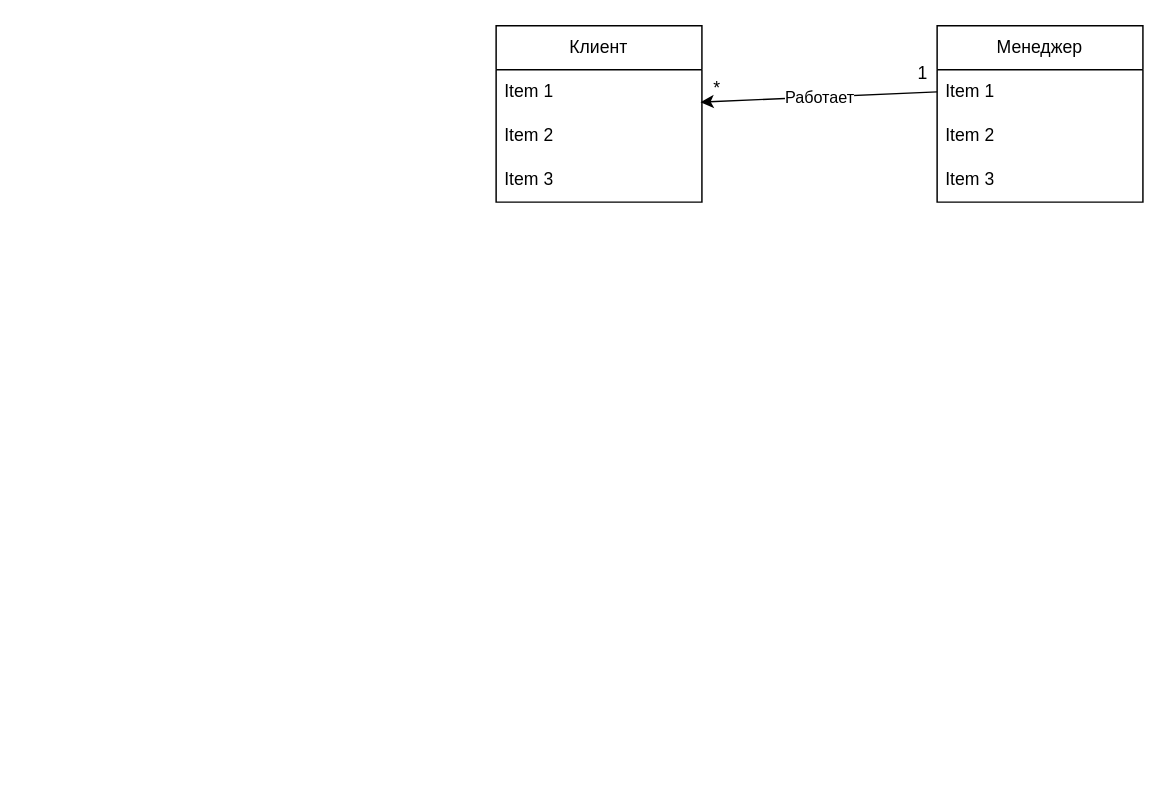
Earlier version of the draw.io diagram Диаграмма без названия.drawio (Esternit/DBHomework). Source tidied: cells renumbered, new cells numbered last; positions are measured from the earlier drawing's top-left corner, leaving out a move shared by most shapes. Both pictures are drawn from the tidied source at 147%, with x=0, y=0 at pixel (495, 25).
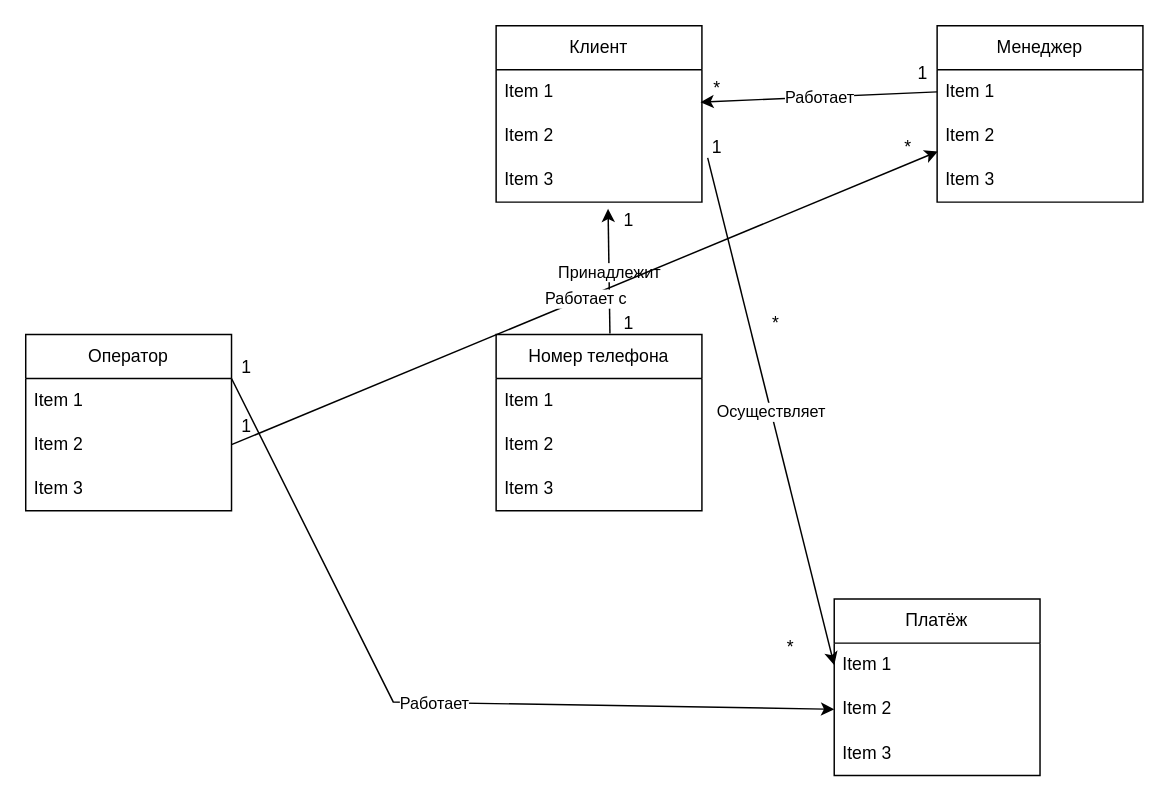
After the change.

The change refers to these unchanged cells:
```xml
<mxCell id="5" value="Item 3" style="text;strokeColor=none;fillColor=none;align=left;verticalAlign=middle;spacingLeft=4;spacingRight=4;overflow=hidden;points=[[0,0.5],[1,0.5]];portConstraint=eastwest;whiteSpace=wrap;html=1;" parent="2" vertex="1">
  <mxGeometry y="90" width="140" height="30" as="geometry" />
</mxCell>
<mxCell id="8" value="Item 2" style="text;strokeColor=none;fillColor=none;align=left;verticalAlign=middle;spacingLeft=4;spacingRight=4;overflow=hidden;points=[[0,0.5],[1,0.5]];portConstraint=eastwest;whiteSpace=wrap;html=1;" parent="6" vertex="1">
  <mxGeometry y="60" width="140" height="30" as="geometry" />
</mxCell>
```

Diff of the diagram source:
```diff
@@
+    <mxCell id="14" value="Платёж" style="swimlane;fontStyle=0;horizontal=1;startSize=30;whiteSpace=wrap;html=1;" parent="1" vertex="1">
+      <mxGeometry x="230" y="390" width="140" height="120" as="geometry" />
+    </mxCell>
+    <mxCell id="15" value="Item 1" style="text;strokeColor=none;fillColor=none;align=left;verticalAlign=middle;spacingLeft=4;spacingRight=4;overflow=hidden;points=[[0,0.5],[1,0.5]];portConstraint=eastwest;whiteSpace=wrap;html=1;" parent="14" vertex="1">
+      <mxGeometry y="30" width="140" height="30" as="geometry" />
+    </mxCell>
+    <mxCell id="16" value="Item 2" style="text;strokeColor=none;fillColor=none;align=left;verticalAlign=middle;spacingLeft=4;spacingRight=4;overflow=hidden;points=[[0,0.5],[1,0.5]];portConstraint=eastwest;whiteSpace=wrap;html=1;" parent="14" vertex="1">
+      <mxGeometry y="60" width="140" height="30" as="geometry" />
+    </mxCell>
+    <mxCell id="17" value="Item 3" style="text;strokeColor=none;fillColor=none;align=left;verticalAlign=middle;spacingLeft=4;spacingRight=4;overflow=hidden;whiteSpace=wrap;html=1;" parent="14" vertex="1">
+      <mxGeometry y="90" width="140" height="30" as="geometry" />
+    </mxCell>
+    <mxCell id="18" style="endArrow=classic;html=1;rounded=0;entryX=0;entryY=0.5;entryDx=0;entryDy=0;exitX=1.028;exitY=-0.004;exitDx=0;exitDy=0;exitPerimeter=0;" parent="1" edge="1" source="5" target="15">
+      <mxGeometry relative="1" as="geometry" />
+    </mxCell>
+    <mxCell id="19" value="Осуществляет" style="edgeLabel;html=1;align=center;verticalAlign=middle;" parent="18" vertex="1">
+      <mxGeometry relative="1" as="geometry" />
+    </mxCell>
+    <mxCell id="20" value="1" style="text;html=1;align=center;verticalAlign=middle;strokeColor=none;fillColor=none;" parent="1" vertex="1">
+      <mxGeometry x="135" y="68" width="30" height="30" as="geometry" />
+    </mxCell>
+    <mxCell id="21" value="*" style="text;html=1;align=center;verticalAlign=middle;strokeColor=none;fillColor=none;" parent="1" vertex="1">
+      <mxGeometry x="175" y="188" width="30" height="30" as="geometry" />
+    </mxCell>
+    <mxCell id="22" value="Номер телефона" style="swimlane;fontStyle=0;horizontal=1;startSize=30;whiteSpace=wrap;html=1;" parent="1" vertex="1">
+      <mxGeometry y="210" width="140" height="120" as="geometry" />
+    </mxCell>
+    <mxCell id="23" value="Item 1" style="text;strokeColor=none;fillColor=none;align=left;verticalAlign=middle;spacingLeft=4;spacingRight=4;overflow=hidden;whiteSpace=wrap;html=1;" parent="22" vertex="1">
+      <mxGeometry y="30" width="140" height="30" as="geometry" />
+    </mxCell>
+    <mxCell id="24" value="Item 2" style="text;strokeColor=none;fillColor=none;align=left;verticalAlign=middle;spacingLeft=4;spacingRight=4;overflow=hidden;whiteSpace=wrap;html=1;" parent="22" vertex="1">
+      <mxGeometry y="60" width="140" height="30" as="geometry" />
+    </mxCell>
+    <mxCell id="25" value="Item 3" style="text;strokeColor=none;fillColor=none;align=left;verticalAlign=middle;spacingLeft=4;spacingRight=4;overflow=hidden;whiteSpace=wrap;html=1;" parent="22" vertex="1">
+      <mxGeometry y="90" width="140" height="30" as="geometry" />
+    </mxCell>
+    <mxCell id="26" style="endArrow=classic;html=1;rounded=0;entryX=0.544;entryY=1.152;entryDx=0;entryDy=0;entryPerimeter=0;exitX=0.553;exitY=-0.005;exitDx=0;exitDy=0;exitPerimeter=0;" parent="1" edge="1" source="22" target="5">
+      <mxGeometry relative="1" as="geometry" />
+    </mxCell>
+    <mxCell id="27" value="Принадлежит" style="edgeLabel;html=1;align=center;verticalAlign=middle;" parent="26" vertex="1">
+      <mxGeometry relative="1" as="geometry" />
+    </mxCell>
+    <mxCell id="28" value="1" style="text;html=1;align=center;verticalAlign=middle;strokeColor=none;fillColor=none;" parent="1" vertex="1">
+      <mxGeometry x="75" y="188" width="30" height="30" as="geometry" />
+    </mxCell>
+    <mxCell id="29" value="1" style="text;html=1;align=center;verticalAlign=middle;strokeColor=none;fillColor=none;" parent="1" vertex="1">
+      <mxGeometry x="75" y="118" width="30" height="30" as="geometry" />
+    </mxCell>
+    <mxCell id="30" value="Оператор" style="swimlane;fontStyle=0;horizontal=1;startSize=30;whiteSpace=wrap;html=1;" parent="1" vertex="1">
+      <mxGeometry x="-320" y="210" width="140" height="120" as="geometry" />
+    </mxCell>
+    <mxCell id="31" value="Item 1" style="text;strokeColor=none;fillColor=none;align=left;verticalAlign=middle;spacingLeft=4;spacingRight=4;overflow=hidden;whiteSpace=wrap;html=1;" parent="30" vertex="1">
+      <mxGeometry y="30" width="140" height="30" as="geometry" />
+    </mxCell>
+    <mxCell id="32" value="Item 2" style="text;strokeColor=none;fillColor=none;align=left;verticalAlign=middle;spacingLeft=4;spacingRight=4;overflow=hidden;points=[[0,0.5],[1,0.5]];portConstraint=eastwest;whiteSpace=wrap;html=1;" parent="30" vertex="1">
+      <mxGeometry y="60" width="140" height="30" as="geometry" />
+    </mxCell>
+    <mxCell id="33" value="Item 3" style="text;strokeColor=none;fillColor=none;align=left;verticalAlign=middle;spacingLeft=4;spacingRight=4;overflow=hidden;whiteSpace=wrap;html=1;" parent="30" vertex="1">
+      <mxGeometry y="90" width="140" height="30" as="geometry" />
+    </mxCell>
+    <mxCell id="34" style="endArrow=classic;html=1;rounded=0;exitX=1;exitY=0.25;exitDx=0;exitDy=0;entryX=0;entryY=0.5;entryDx=0;entryDy=0;" parent="1" edge="1" source="30" target="16">
+      <mxGeometry relative="1" as="geometry">
+        <Array as="points">
+          <mxPoint x="-70" y="460" />
+        </Array>
+      </mxGeometry>
+    </mxCell>
+    <mxCell id="35" value="Работает" style="edgeLabel;html=1;align=center;verticalAlign=middle;" parent="34" vertex="1">
+      <mxGeometry relative="1" as="geometry" />
+    </mxCell>
+    <mxCell id="36" value="1" style="text;html=1;align=center;verticalAlign=middle;strokeColor=none;fillColor=none;" parent="1" vertex="1">
+      <mxGeometry x="-185" y="218" width="30" height="30" as="geometry" />
+    </mxCell>
+    <mxCell id="37" value="*" style="text;html=1;align=center;verticalAlign=middle;strokeColor=none;fillColor=none;" parent="1" vertex="1">
+      <mxGeometry x="185" y="408" width="30" height="30" as="geometry" />
+    </mxCell>
+    <mxCell id="38" style="endArrow=classic;html=1;rounded=0;entryX=0.004;entryY=0.85;entryDx=0;entryDy=0;entryPerimeter=0;exitX=1;exitY=0.5;exitDx=0;exitDy=0;" parent="1" edge="1" source="32" target="8">
+      <mxGeometry relative="1" as="geometry" />
+    </mxCell>
+    <mxCell id="39" value="Работает с" style="edgeLabel;html=1;align=center;verticalAlign=middle;" parent="38" vertex="1">
+      <mxGeometry relative="1" as="geometry" />
+    </mxCell>
+    <mxCell id="40" value="1" style="text;html=1;align=center;verticalAlign=middle;strokeColor=none;fillColor=none;" parent="1" vertex="1">
+      <mxGeometry x="-185" y="258" width="30" height="30" as="geometry" />
+    </mxCell>
+    <mxCell id="41" value="*" style="text;html=1;align=center;verticalAlign=middle;strokeColor=none;fillColor=none;" parent="1" vertex="1">
+      <mxGeometry x="265" y="68" width="30" height="30" as="geometry" />
+    </mxCell>
```
